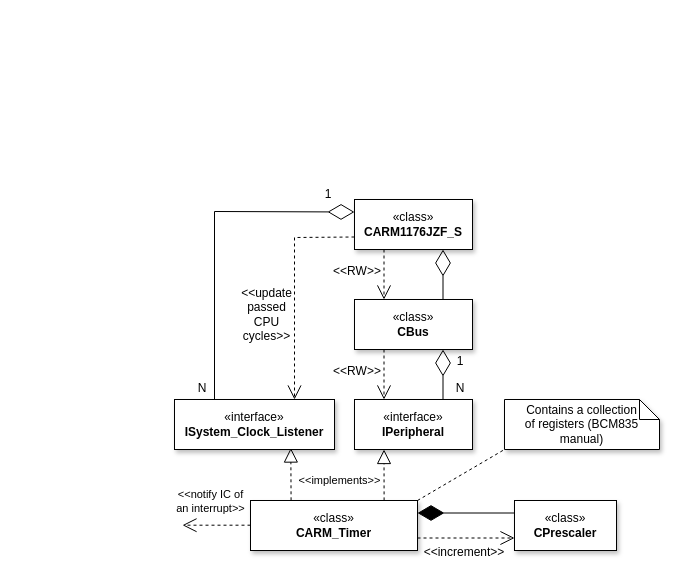
Above: docs/diagrams/peripherals/arm_timer/arm_timer.drawio in silhavyj/ZeroMate (draw.io), before the change. Source tidied: cells renumbered, new cells numbered last; positions are measured from the earlier drawing's top-left corner, leaving out a move shared by most shapes. Both pictures are drawn from the tidied source at 100%, with x=0, y=0 at pixel (174, 189).
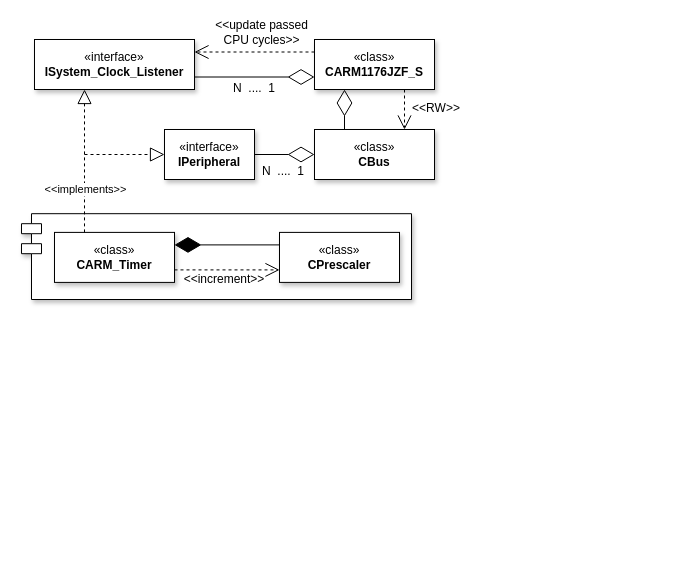
Above is the later version.

Commit message (it also covers changes not shown here):
Modified UML diagrams

Change to the diagram source:
```diff
@@
+    <mxCell id="31" style="shape=module;align=left;spacingLeft=20;align=center;verticalAlign=top;whiteSpace=wrap;html=1;shadow=1;fontFamily=Computer Modern;" parent="1" vertex="1">
+      <mxGeometry x="-153" y="24.2" width="390" height="85.8" as="geometry" />
+    </mxCell>
+    <mxCell id="3" value="«interface»&lt;br&gt;&lt;b&gt;ISystem_Clock_Listener&lt;/b&gt;" style="html=1;whiteSpace=wrap;fontFamily=Computer Modern;shadow=1;" parent="1" vertex="1">
+      <mxGeometry x="-140" y="-150" width="160" height="50" as="geometry" />
+    </mxCell>
     <mxCell id="2" value="«class»&lt;br&gt;&lt;b&gt;CARM1176JZF_S&lt;/b&gt;" style="html=1;whiteSpace=wrap;fontFamily=Computer Modern;shadow=1;" parent="1" vertex="1">
-      <mxGeometry x="180" y="10" width="118" height="50" as="geometry" />
+      <mxGeometry x="140" y="-150" width="120" height="50" as="geometry" />
     </mxCell>
-    <mxCell id="3" value="«interface»&lt;br&gt;&lt;b&gt;ISystem_Clock_Listener&lt;/b&gt;" style="html=1;whiteSpace=wrap;fontFamily=Computer Modern;shadow=1;" parent="1" vertex="1">
-      <mxGeometry y="210" width="160" height="50" as="geometry" />
-    </mxCell>
+    <mxCell id="15" style="endArrow=diamondThin;endFill=0;endSize=24;html=1;rounded=0;exitX=1;exitY=0.75;exitDx=0;exitDy=0;entryX=0;entryY=0.75;entryDx=0;entryDy=0;fontFamily=Computer Modern;" parent="1" edge="1" source="3" target="2">
+      <mxGeometry relative="1" as="geometry" />
+    </mxCell>
+    <mxCell id="6" value="«class»&lt;br&gt;&lt;b&gt;CARM_Timer&lt;/b&gt;" style="html=1;whiteSpace=wrap;fontFamily=Computer Modern;shadow=1;" parent="1" vertex="1">
+      <mxGeometry x="-120" y="42.9" width="120" height="50" as="geometry" />
+    </mxCell>
+    <mxCell id="32" style="endArrow=block;dashed=1;endFill=0;endSize=12;html=1;rounded=0;entryX=0.5;entryY=1;entryDx=0;entryDy=0;fontFamily=Computer Modern;" parent="1" edge="1">
+      <mxGeometry relative="1" as="geometry">
+        <mxPoint x="-90" y="42.9" as="sourcePoint" />
+        <mxPoint x="-90" y="-100" as="targetPoint" />
+      </mxGeometry>
+    </mxCell>
+    <mxCell id="10" value="&amp;lt;&amp;lt;implements&amp;gt;&amp;gt;" style="edgeLabel;html=1;align=center;verticalAlign=middle;fontFamily=Computer Modern;" parent="32" vertex="1">
+      <mxGeometry x="-0.25" y="-2" relative="1" as="geometry">
+        <mxPoint x="-2" y="11" as="offset" />
+      </mxGeometry>
+    </mxCell>
+    <mxCell id="7" value="«class»&lt;br&gt;&lt;b&gt;CPrescaler&lt;/b&gt;" style="html=1;whiteSpace=wrap;fontFamily=Computer Modern;shadow=1;" parent="1" vertex="1">
+      <mxGeometry x="105" y="42.9" width="120" height="50" as="geometry" />
+    </mxCell>
+    <mxCell id="17" style="endArrow=diamondThin;endFill=1;endSize=24;html=1;rounded=0;entryX=1;entryY=0.25;entryDx=0;entryDy=0;exitX=0;exitY=0.25;exitDx=0;exitDy=0;fontFamily=Computer Modern;" parent="1" edge="1" source="7" target="6">
+      <mxGeometry relative="1" as="geometry" />
+    </mxCell>
+    <mxCell id="16" style="endArrow=open;endSize=12;dashed=1;html=1;rounded=0;entryX=1;entryY=0.25;entryDx=0;entryDy=0;exitX=0;exitY=0.25;exitDx=0;exitDy=0;fontFamily=Computer Modern;" parent="1" edge="1" source="2" target="3">
+      <mxGeometry relative="1" as="geometry" />
+    </mxCell>
+    <mxCell id="18" style="endArrow=open;endSize=12;dashed=1;html=1;rounded=0;entryX=0;entryY=0.75;entryDx=0;entryDy=0;exitX=1;exitY=0.75;exitDx=0;exitDy=0;fontFamily=Computer Modern;" parent="1" edge="1" source="6" target="7">
+      <mxGeometry relative="1" as="geometry" />
+    </mxCell>
+    <mxCell id="33" value="N&amp;nbsp; ....&amp;nbsp; 1" style="text;html=1;strokeColor=none;fillColor=none;align=center;verticalAlign=middle;whiteSpace=wrap;rounded=0;fontFamily=Computer Modern;" parent="1" vertex="1">
+      <mxGeometry x="50" y="-116" width="60" height="30" as="geometry" />
+    </mxCell>
+    <mxCell id="23" value="&amp;lt;&amp;lt;update passed &lt;br&gt;CPU cycles&amp;gt;&amp;gt;" style="text;html=1;strokeColor=none;fillColor=none;align=center;verticalAlign=middle;whiteSpace=wrap;rounded=0;fontFamily=Computer Modern;" parent="1" vertex="1">
+      <mxGeometry x="20" y="-172" width="135" height="30" as="geometry" />
+    </mxCell>
+    <mxCell id="26" value="&amp;lt;&amp;lt;increment&amp;gt;&amp;gt;" style="text;html=1;strokeColor=none;fillColor=none;align=center;verticalAlign=middle;whiteSpace=wrap;rounded=0;fontFamily=Computer Modern;" parent="1" vertex="1">
+      <mxGeometry x="20" y="74.9" width="60" height="30" as="geometry" />
+    </mxCell>
+    <mxCell id="5" value="«class»&lt;br&gt;&lt;b&gt;CBus&lt;/b&gt;" style="html=1;whiteSpace=wrap;fontFamily=Computer Modern;shadow=1;" parent="1" vertex="1">
+      <mxGeometry x="140" y="-60" width="120" height="50" as="geometry" />
+    </mxCell>
+    <mxCell id="14" style="endArrow=diamondThin;endFill=0;endSize=24;html=1;rounded=0;exitX=0.25;exitY=0;exitDx=0;exitDy=0;entryX=0.25;entryY=1;entryDx=0;entryDy=0;fontFamily=Computer Modern;" parent="1" edge="1" source="5" target="2">
+      <mxGeometry relative="1" as="geometry" />
+    </mxCell>
     <mxCell id="4" value="«interface»&lt;br&gt;&lt;b&gt;IPeripheral&lt;/b&gt;" style="html=1;whiteSpace=wrap;fontFamily=Computer Modern;shadow=1;" parent="1" vertex="1">
-      <mxGeometry x="180" y="210" width="118" height="50" as="geometry" />
+      <mxGeometry x="-10" y="-60" width="90" height="50" as="geometry" />
     </mxCell>
-    <mxCell id="5" value="«class»&lt;br&gt;&lt;b&gt;CBus&lt;/b&gt;" style="html=1;whiteSpace=wrap;fontFamily=Computer Modern;shadow=1;" parent="1" vertex="1">
-      <mxGeometry x="180" y="110" width="118" height="50" as="geometry" />
-    </mxCell>
-    <mxCell id="6" value="«class»&lt;br&gt;&lt;b&gt;CARM_Timer&lt;/b&gt;" style="html=1;whiteSpace=wrap;fontFamily=Computer Modern;shadow=1;" parent="1" vertex="1">
-      <mxGeometry x="76" y="311" width="167" height="50" as="geometry" />
-    </mxCell>
-    <mxCell id="7" value="«class»&lt;br&gt;&lt;b&gt;CPrescaler&lt;/b&gt;" style="html=1;whiteSpace=wrap;fontFamily=Computer Modern;shadow=1;" parent="1" vertex="1">
-      <mxGeometry x="340" y="311" width="102" height="50" as="geometry" />
-    </mxCell>
-    <mxCell id="8" style="endArrow=block;dashed=1;endFill=0;endSize=12;html=1;rounded=0;entryX=0.727;entryY=0.971;entryDx=0;entryDy=0;fontFamily=Computer Modern;entryPerimeter=0;exitX=0.243;exitY=-0.004;exitDx=0;exitDy=0;exitPerimeter=0;" parent="1" edge="1" source="6" target="3">
-      <mxGeometry relative="1" as="geometry" />
-    </mxCell>
-    <mxCell id="9" style="endArrow=block;dashed=1;endFill=0;endSize=12;html=1;rounded=0;fontFamily=Computer Modern;exitX=0.8;exitY=-0.002;exitDx=0;exitDy=0;entryX=0.25;entryY=1;entryDx=0;entryDy=0;exitPerimeter=0;" parent="1" edge="1" source="6" target="4">
-      <mxGeometry relative="1" as="geometry" />
-    </mxCell>
-    <mxCell id="10" value="&amp;lt;&amp;lt;implements&amp;gt;&amp;gt;" style="edgeLabel;html=1;align=center;verticalAlign=middle;fontFamily=Computer Modern;" parent="9" vertex="1">
-      <mxGeometry x="-0.25" y="-2" relative="1" as="geometry">
-        <mxPoint x="-47" y="-1" as="offset" />
-      </mxGeometry>
-    </mxCell>
-    <mxCell id="11" style="endArrow=diamondThin;endFill=0;endSize=24;html=1;rounded=0;fontFamily=Computer Modern;entryX=0.75;entryY=1;entryDx=0;entryDy=0;exitX=0.75;exitY=0;exitDx=0;exitDy=0;" parent="1" edge="1" source="4" target="5">
+    <mxCell id="11" style="endArrow=diamondThin;endFill=0;endSize=24;html=1;rounded=0;exitX=1;exitY=0.5;exitDx=0;exitDy=0;fontFamily=Computer Modern;" parent="1" edge="1" source="4" target="5">
       <mxGeometry relative="1" as="geometry" />
     </mxCell>
-    <mxCell id="12" style="endArrow=open;endSize=12;dashed=1;html=1;rounded=0;fontFamily=Computer Modern;exitX=0.25;exitY=1;exitDx=0;exitDy=0;entryX=0.25;entryY=0;entryDx=0;entryDy=0;" parent="1" edge="1" source="5" target="4">
-      <mxGeometry relative="1" as="geometry" />
-    </mxCell>
+    <mxCell id="34" value="N&amp;nbsp; ....&amp;nbsp; 1" style="text;html=1;strokeColor=none;fillColor=none;align=center;verticalAlign=middle;whiteSpace=wrap;rounded=0;fontFamily=Computer Modern;" parent="1" vertex="1">
+      <mxGeometry x="79" y="-33" width="60" height="30" as="geometry" />
+    </mxCell>
+    <mxCell id="35" style="endArrow=block;dashed=1;endFill=0;endSize=12;html=1;rounded=0;entryX=0;entryY=0.5;entryDx=0;entryDy=0;fontFamily=Computer Modern;" parent="1" edge="1" target="4">
+      <mxGeometry relative="1" as="geometry">
+        <mxPoint x="-90" y="-35" as="sourcePoint" />
+      </mxGeometry>
+    </mxCell>
-    <mxCell id="13" style="endArrow=open;endSize=12;dashed=1;html=1;rounded=0;fontFamily=Computer Modern;exitX=0.25;exitY=1;exitDx=0;exitDy=0;entryX=0.25;entryY=0;entryDx=0;entryDy=0;" parent="1" edge="1" source="2" target="5">
+    <mxCell id="13" style="endArrow=open;endSize=12;dashed=1;html=1;rounded=0;entryX=0.75;entryY=0;entryDx=0;entryDy=0;exitX=0.75;exitY=1;exitDx=0;exitDy=0;fontFamily=Computer Modern;" parent="1" edge="1" source="2" target="5">
       <mxGeometry relative="1" as="geometry" />
     </mxCell>
-    <mxCell id="14" style="endArrow=diamondThin;endFill=0;endSize=24;html=1;rounded=0;fontFamily=Computer Modern;entryX=0.75;entryY=1;entryDx=0;entryDy=0;exitX=0.75;exitY=0;exitDx=0;exitDy=0;" parent="1" edge="1" source="5" target="2">
-      <mxGeometry relative="1" as="geometry" />
-    </mxCell>
-    <mxCell id="15" style="endArrow=diamondThin;endFill=0;endSize=24;html=1;rounded=0;fontFamily=Computer Modern;entryX=0;entryY=0.25;entryDx=0;entryDy=0;exitX=0.25;exitY=0;exitDx=0;exitDy=0;" parent="1" edge="1" source="3" target="2">
-      <mxGeometry relative="1" as="geometry">
-        <Array as="points">
-          <mxPoint x="40" y="22" />
-        </Array>
-      </mxGeometry>
-    </mxCell>
-    <mxCell id="16" style="endArrow=open;endSize=12;dashed=1;html=1;rounded=0;fontFamily=Computer Modern;exitX=0;exitY=0.75;exitDx=0;exitDy=0;entryX=0.75;entryY=0;entryDx=0;entryDy=0;" parent="1" edge="1" source="2" target="3">
-      <mxGeometry relative="1" as="geometry">
-        <Array as="points">
-          <mxPoint x="120" y="48" />
-        </Array>
-      </mxGeometry>
-    </mxCell>
-    <mxCell id="17" style="endArrow=diamondThin;endFill=1;endSize=24;html=1;rounded=0;entryX=1;entryY=0.25;entryDx=0;entryDy=0;fontFamily=Computer Modern;exitX=0;exitY=0.25;exitDx=0;exitDy=0;" parent="1" edge="1" source="7" target="6">
-      <mxGeometry relative="1" as="geometry" />
-    </mxCell>
-    <mxCell id="18" style="endArrow=open;endSize=12;dashed=1;html=1;rounded=0;entryX=0;entryY=0.75;entryDx=0;entryDy=0;exitX=1;exitY=0.75;exitDx=0;exitDy=0;fontFamily=Computer Modern;" parent="1" edge="1" source="6" target="7">
-      <mxGeometry relative="1" as="geometry" />
-    </mxCell>
-    <mxCell id="19" value="1" style="text;html=1;strokeColor=none;fillColor=none;align=center;verticalAlign=middle;whiteSpace=wrap;rounded=0;fontFamily=Computer Modern;" parent="1" vertex="1">
-      <mxGeometry x="280" y="167" width="12" height="10" as="geometry" />
-    </mxCell>
-    <mxCell id="20" value="N" style="text;html=1;strokeColor=none;fillColor=none;align=center;verticalAlign=middle;whiteSpace=wrap;rounded=0;fontFamily=Computer Modern;" parent="1" vertex="1">
-      <mxGeometry x="280" y="194" width="12" height="10" as="geometry" />
-    </mxCell>
-    <mxCell id="21" value="1" style="text;html=1;strokeColor=none;fillColor=none;align=center;verticalAlign=middle;whiteSpace=wrap;rounded=0;fontFamily=Computer Modern;" parent="1" vertex="1">
-      <mxGeometry x="148" width="12" height="10" as="geometry" />
-    </mxCell>
-    <mxCell id="22" value="N" style="text;html=1;strokeColor=none;fillColor=none;align=center;verticalAlign=middle;whiteSpace=wrap;rounded=0;fontFamily=Computer Modern;" parent="1" vertex="1">
-      <mxGeometry x="22" y="194" width="12" height="10" as="geometry" />
-    </mxCell>
-    <mxCell id="23" value="&amp;lt;&amp;lt;update &lt;br&gt;passed &lt;br&gt;CPU &lt;br&gt;cycles&amp;gt;&amp;gt;" style="text;html=1;strokeColor=none;fillColor=none;align=center;verticalAlign=middle;whiteSpace=wrap;rounded=0;fontFamily=Computer Modern;" parent="1" vertex="1">
-      <mxGeometry x="55" y="110" width="75" height="30" as="geometry" />
-    </mxCell>
-    <mxCell id="24" value="&amp;lt;&amp;lt;RW&amp;gt;&amp;gt;" style="text;html=1;strokeColor=none;fillColor=none;align=center;verticalAlign=middle;whiteSpace=wrap;rounded=0;fontFamily=Computer Modern;" parent="1" vertex="1">
-      <mxGeometry x="138" y="67" width="90" height="30" as="geometry" />
-    </mxCell>
-    <mxCell id="25" value="&amp;lt;&amp;lt;RW&amp;gt;&amp;gt;" style="text;html=1;strokeColor=none;fillColor=none;align=center;verticalAlign=middle;whiteSpace=wrap;rounded=0;fontFamily=Computer Modern;" parent="1" vertex="1">
-      <mxGeometry x="138" y="167" width="90" height="30" as="geometry" />
-    </mxCell>
-    <mxCell id="26" value="&amp;lt;&amp;lt;increment&amp;gt;&amp;gt;" style="text;html=1;strokeColor=none;fillColor=none;align=center;verticalAlign=middle;whiteSpace=wrap;rounded=0;fontFamily=Computer Modern;" parent="1" vertex="1">
-      <mxGeometry x="260" y="348" width="60" height="30" as="geometry" />
-    </mxCell>
-    <mxCell id="27" value="Contains a collection &lt;br&gt;of registers (BCM835 manual)" style="shape=note;size=20;whiteSpace=wrap;html=1;shadow=1;fontFamily=Computer Modern;" parent="1" vertex="1">
-      <mxGeometry x="330" y="210" width="155" height="50" as="geometry" />
-    </mxCell>
-    <mxCell id="28" style="endArrow=none;dashed=1;html=1;rounded=0;entryX=0;entryY=1;entryDx=0;entryDy=0;entryPerimeter=0;exitX=1;exitY=0;exitDx=0;exitDy=0;" parent="1" edge="1" source="6" target="27">
-      <mxGeometry relative="1" as="geometry" />
-    </mxCell>
-    <mxCell id="29" style="endArrow=open;endSize=12;dashed=1;html=1;rounded=0;exitX=0;exitY=0.5;exitDx=0;exitDy=0;" parent="1" edge="1">
-      <mxGeometry relative="1" as="geometry">
-        <mxPoint x="76" y="335.7" as="sourcePoint" />
-        <mxPoint x="8" y="335.7" as="targetPoint" />
-      </mxGeometry>
-    </mxCell>
-    <mxCell id="30" value="&amp;lt;&amp;lt;notify IC of &lt;br&gt;an interrupt&amp;gt;&amp;gt;" style="edgeLabel;html=1;align=center;verticalAlign=middle;fontFamily=Computer Modern;" parent="1" vertex="1">
-      <mxGeometry x="43" y="311" as="geometry">
-        <mxPoint x="-8" as="offset" />
-      </mxGeometry>
-    </mxCell>
+    <mxCell id="36" value="&amp;lt;&amp;lt;RW&amp;gt;&amp;gt;" style="text;html=1;strokeColor=none;fillColor=none;align=center;verticalAlign=middle;whiteSpace=wrap;rounded=0;fontFamily=Computer Modern;" parent="1" vertex="1">
+      <mxGeometry x="217" y="-96" width="90" height="30" as="geometry" />
+    </mxCell>
```
